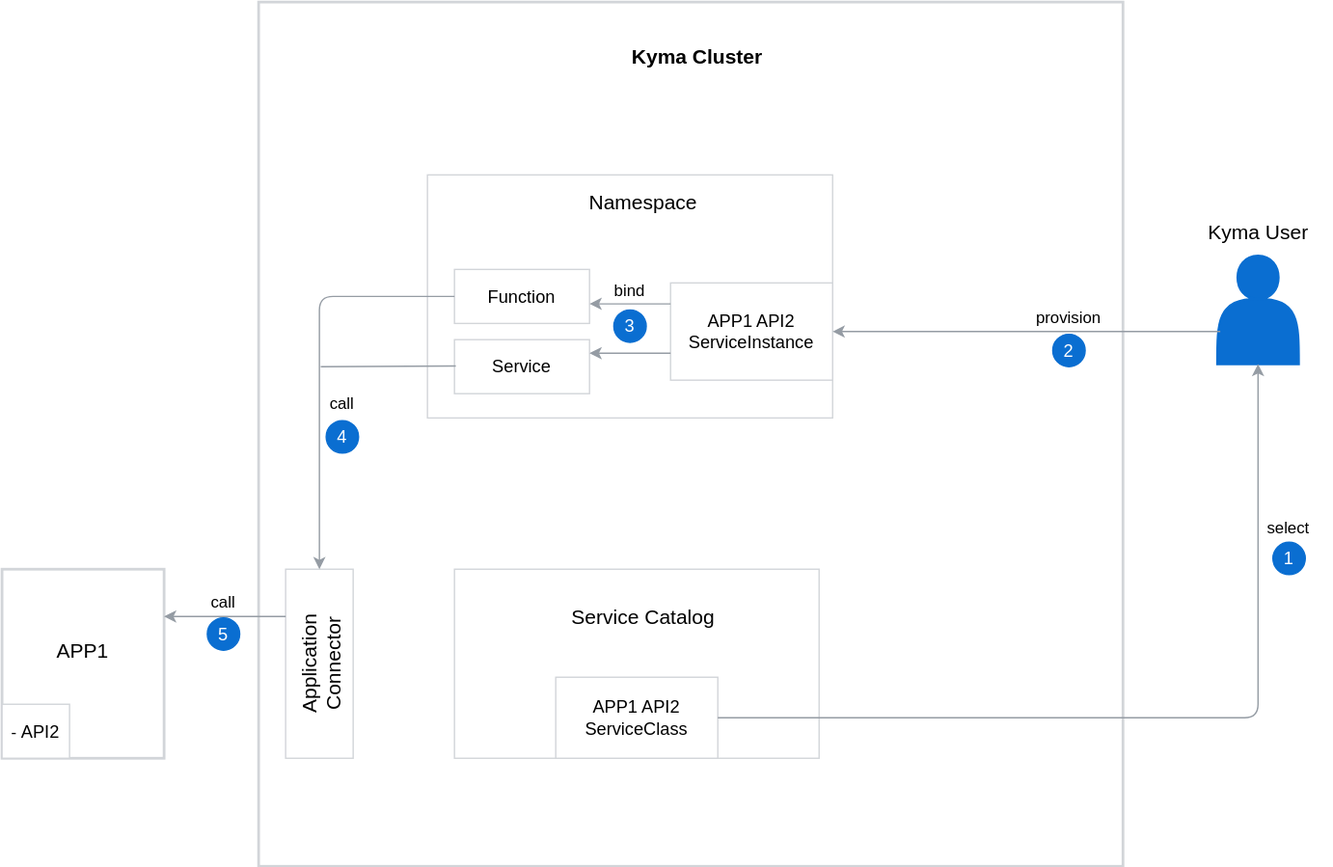
Earlier version of the draw.io export docs/05-technical-reference/03-architecture/assets/ac-AB-API-service-class.svg (kyma-project/kyma). Source tidied: cells renumbered, new cells last; positions are measured from the earlier drawing's top-left corner, leaving out a move shared by most shapes.
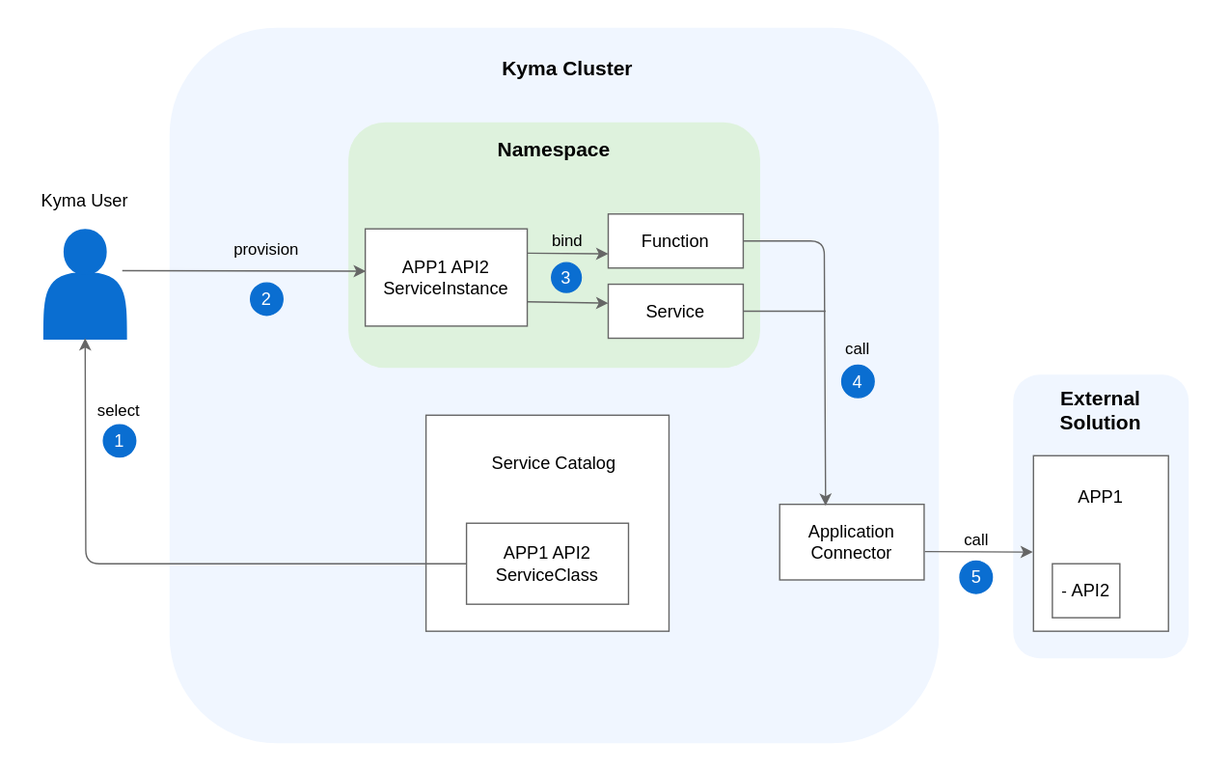
The same file after the commit.

The edit, as a diff of the source:
```diff
@@ -2,125 +2,133 @@
   <root>
     <mxCell id="0" />
     <mxCell id="1" parent="0" />
-    <mxCell id="2" style="whiteSpace=wrap;html=1;strokeColor=#D2D5D9;strokeWidth=2;fillColor=#ffffff;" parent="1" vertex="1">
-      <mxGeometry x="190" width="640" height="640" as="geometry" />
-    </mxCell>
+    <mxCell id="36" style="rounded=0;whiteSpace=wrap;html=1;labelBackgroundColor=none;fontSize=13;strokeWidth=1;fillColor=#ffffff;gradientColor=none;align=right;strokeColor=none;" parent="1" vertex="1">
+      <mxGeometry x="-80" y="-80" width="910" height="570" as="geometry" />
+    </mxCell>
+    <mxCell id="37" style="rounded=1;whiteSpace=wrap;html=1;strokeColor=none;fillColor=#F0F6FF;" parent="1" vertex="1">
+      <mxGeometry x="670" y="197" width="130" height="210" as="geometry" />
+    </mxCell>
+    <mxCell id="38" style="rounded=1;whiteSpace=wrap;html=1;strokeColor=none;fillColor=#F0F6FF;" parent="1" vertex="1">
+      <mxGeometry x="45" y="-60" width="570" height="530" as="geometry" />
+    </mxCell>
+    <mxCell id="39" style="rounded=0;whiteSpace=wrap;html=1;strokeWidth=1;fillColor=#ffffff;strokeColor=#666666;" parent="1" vertex="1">
+      <mxGeometry x="685" y="257" width="100" height="130" as="geometry" />
+    </mxCell>
+    <mxCell id="40" style="rounded=1;whiteSpace=wrap;html=1;strokeColor=none;fillColor=#DEF2DD;" parent="1" vertex="1">
+      <mxGeometry x="177.5" y="10" width="305" height="182" as="geometry" />
+    </mxCell>
-    <mxCell id="3" value="&lt;font size=&quot;1&quot;&gt;&lt;span style=&quot;font-size: 15px&quot;&gt;&lt;b&gt;Kyma Cluster&lt;/b&gt;&lt;/span&gt;&lt;/font&gt;" style="text;html=1;strokeColor=none;fillColor=none;align=center;verticalAlign=middle;whiteSpace=wrap;rounded=0;" parent="1" vertex="1">
-      <mxGeometry x="465" y="30" width="100" height="20" as="geometry" />
+    <mxCell id="3" value="&lt;font style=&quot;font-size: 15px;&quot;&gt;&lt;span style=&quot;font-size: 15px;&quot;&gt;&lt;b style=&quot;font-size: 15px;&quot;&gt;Kyma Cluster&lt;/b&gt;&lt;/span&gt;&lt;/font&gt;" style="text;html=1;strokeColor=none;fillColor=none;align=center;verticalAlign=middle;whiteSpace=wrap;rounded=0;fontSize=15;" parent="1" vertex="1">
+      <mxGeometry x="290" y="-40" width="100" height="20" as="geometry" />
     </mxCell>
-    <mxCell id="4" style="rounded=0;whiteSpace=wrap;html=1;strokeColor=#D2D5D9;strokeWidth=1;fillColor=#ffffff;" parent="1" vertex="1">
-      <mxGeometry x="335" y="420" width="270" height="140" as="geometry" />
-    </mxCell>
+    <mxCell id="41" style="rounded=0;whiteSpace=wrap;html=1;strokeWidth=1;fillColor=#ffffff;strokeColor=#666666;" parent="1" vertex="1">
+      <mxGeometry x="235" y="227" width="180" height="160" as="geometry" />
+    </mxCell>
-    <mxCell id="5" value="&lt;font style=&quot;font-size: 15px&quot;&gt;Service Catalog&lt;/font&gt;" style="text;html=1;strokeColor=none;fillColor=none;align=center;verticalAlign=middle;whiteSpace=wrap;rounded=0;" parent="1" vertex="1">
-      <mxGeometry x="420" y="445" width="110" height="20" as="geometry" />
+    <mxCell id="5" value="&lt;font style=&quot;font-size: 13px&quot;&gt;Service Catalog&lt;/font&gt;" style="text;html=1;strokeColor=none;fillColor=none;align=center;verticalAlign=middle;whiteSpace=wrap;rounded=0;" parent="1" vertex="1">
+      <mxGeometry x="275" y="252" width="110" height="20" as="geometry" />
     </mxCell>
-    <mxCell id="6" style="rounded=0;whiteSpace=wrap;html=1;strokeColor=#D2D5D9;strokeWidth=1;fillColor=#ffffff;" parent="1" vertex="1">
-      <mxGeometry x="315" y="128" width="300" height="180" as="geometry" />
-    </mxCell>
-    <mxCell id="7" value="&lt;font style=&quot;font-size: 13px&quot;&gt;Function&lt;/font&gt;" style="rounded=0;whiteSpace=wrap;html=1;strokeColor=#D2D5D9;strokeWidth=1;fillColor=#ffffff;" parent="1" vertex="1">
-      <mxGeometry x="335" y="198" width="100" height="40" as="geometry" />
+    <mxCell id="7" value="&lt;font style=&quot;font-size: 13px&quot;&gt;Function&lt;/font&gt;" style="rounded=0;whiteSpace=wrap;html=1;strokeWidth=1;fillColor=#ffffff;strokeColor=#666666;" parent="1" vertex="1">
+      <mxGeometry x="370" y="78" width="100" height="40" as="geometry" />
     </mxCell>
-    <mxCell id="8" value="&lt;font style=&quot;font-size: 13px&quot;&gt;Service&lt;/font&gt;" style="rounded=0;whiteSpace=wrap;html=1;strokeColor=#D2D5D9;strokeWidth=1;fillColor=#ffffff;" parent="1" vertex="1">
-      <mxGeometry x="335" y="250" width="100" height="40" as="geometry" />
+    <mxCell id="8" value="&lt;font style=&quot;font-size: 13px&quot;&gt;Service&lt;/font&gt;" style="rounded=0;whiteSpace=wrap;html=1;strokeWidth=1;fillColor=#ffffff;strokeColor=#666666;" parent="1" vertex="1">
+      <mxGeometry x="370" y="130" width="100" height="40" as="geometry" />
     </mxCell>
-    <mxCell id="9" value="&lt;font style=&quot;font-size: 15px&quot;&gt;Namespace&lt;br&gt;&lt;/font&gt;" style="text;html=1;strokeColor=none;fillColor=none;align=center;verticalAlign=middle;whiteSpace=wrap;rounded=0;" parent="1" vertex="1">
-      <mxGeometry x="455" y="138" width="40" height="20" as="geometry" />
+    <mxCell id="9" value="&lt;font style=&quot;font-size: 15px;&quot;&gt;&lt;b style=&quot;font-size: 15px;&quot;&gt;Namespace&lt;/b&gt;&lt;br style=&quot;font-size: 15px;&quot;&gt;&lt;/font&gt;" style="text;html=1;strokeColor=none;fillColor=none;align=center;verticalAlign=middle;whiteSpace=wrap;rounded=0;fontSize=15;" parent="1" vertex="1">
+      <mxGeometry x="310" y="20" width="40" height="20" as="geometry" />
     </mxCell>
-    <mxCell id="10" value="&lt;font style=&quot;font-size: 13px&quot;&gt;APP1 API2 &lt;br&gt;ServiceClass&lt;/font&gt;" style="rounded=0;whiteSpace=wrap;html=1;strokeColor=#D2D5D9;strokeWidth=1;fillColor=#ffffff;" parent="1" vertex="1">
-      <mxGeometry x="410" y="500" width="120" height="60" as="geometry" />
+    <mxCell id="10" value="&lt;font style=&quot;font-size: 13px&quot;&gt;APP1 API2 &lt;br&gt;ServiceClass&lt;/font&gt;" style="rounded=0;whiteSpace=wrap;html=1;strokeWidth=1;fillColor=#ffffff;strokeColor=#666666;" parent="1" vertex="1">
+      <mxGeometry x="265" y="307" width="120" height="60" as="geometry" />
     </mxCell>
-    <mxCell id="11" value="&lt;font style=&quot;font-size: 13px&quot;&gt;APP1 API2&lt;br&gt;ServiceInstance&lt;/font&gt;" style="rounded=0;whiteSpace=wrap;html=1;strokeColor=#D2D5D9;strokeWidth=1;fillColor=#ffffff;" parent="1" vertex="1">
-      <mxGeometry x="495" y="208" width="120" height="72" as="geometry" />
+    <mxCell id="11" value="&lt;font style=&quot;font-size: 13px&quot;&gt;APP1 API2&lt;br&gt;ServiceInstance&lt;/font&gt;" style="rounded=0;whiteSpace=wrap;html=1;strokeWidth=1;fillColor=#ffffff;strokeColor=#666666;" parent="1" vertex="1">
+      <mxGeometry x="190" y="89" width="120" height="72" as="geometry" />
     </mxCell>
-    <mxCell id="12" style="rounded=0;whiteSpace=wrap;html=1;strokeColor=#D2D5D9;strokeWidth=1;fillColor=#ffffff;" parent="1" vertex="1">
-      <mxGeometry x="210" y="420" width="50" height="140" as="geometry" />
-    </mxCell>
+    <mxCell id="42" style="rounded=0;whiteSpace=wrap;html=1;strokeWidth=1;fillColor=#ffffff;rotation=90;strokeColor=#666666;" parent="1" vertex="1">
+      <mxGeometry x="522.5" y="267.5" width="56" height="107" as="geometry" />
+    </mxCell>
-    <mxCell id="13" value="&lt;font style=&quot;font-size: 15px&quot;&gt;Application Connector&lt;/font&gt;" style="text;html=1;strokeColor=none;fillColor=none;align=center;verticalAlign=middle;whiteSpace=wrap;rounded=0;rotation=-90;" parent="1" vertex="1">
-      <mxGeometry x="195" y="480" width="82" height="20" as="geometry" />
+    <mxCell id="13" value="&lt;font style=&quot;font-size: 13px&quot;&gt;Application Connector&lt;/font&gt;" style="text;html=1;strokeColor=none;fillColor=none;align=center;verticalAlign=middle;whiteSpace=wrap;rounded=0;rotation=0;" parent="1" vertex="1">
+      <mxGeometry x="517.2" y="311" width="66.5" height="20" as="geometry" />
     </mxCell>
-    <mxCell id="14" style="rounded=0;whiteSpace=wrap;html=1;strokeColor=#D2D5D9;strokeWidth=2;fillColor=#ffffff;" parent="1" vertex="1">
-      <mxGeometry y="420" width="120" height="140" as="geometry" />
-    </mxCell>
-    <mxCell id="15" value="- &lt;font style=&quot;font-size: 13px&quot;&gt;API2&lt;/font&gt;" style="rounded=0;whiteSpace=wrap;html=1;strokeColor=#D2D5D9;strokeWidth=1;fillColor=#ffffff;" parent="1" vertex="1">
-      <mxGeometry y="520" width="50" height="40" as="geometry" />
+    <mxCell id="15" value="- &lt;font style=&quot;font-size: 13px&quot;&gt;API2&lt;/font&gt;" style="rounded=0;whiteSpace=wrap;html=1;strokeWidth=1;fillColor=#ffffff;strokeColor=#666666;" parent="1" vertex="1">
+      <mxGeometry x="699" y="337" width="50" height="40" as="geometry" />
     </mxCell>
-    <mxCell id="16" value="&lt;font style=&quot;font-size: 15px&quot;&gt;APP1&lt;/font&gt;" style="text;html=1;strokeColor=none;fillColor=none;align=center;verticalAlign=middle;whiteSpace=wrap;rounded=0;" parent="1" vertex="1">
-      <mxGeometry x="40" y="470" width="40" height="20" as="geometry" />
+    <mxCell id="16" value="&lt;font style=&quot;font-size: 13px&quot;&gt;APP1&lt;/font&gt;" style="text;html=1;strokeColor=none;fillColor=none;align=center;verticalAlign=middle;whiteSpace=wrap;rounded=0;" parent="1" vertex="1">
+      <mxGeometry x="715" y="277" width="40" height="20" as="geometry" />
     </mxCell>
-    <mxCell id="17" style="endArrow=classic;html=1;strokeColor=#959CA4;exitX=0;exitY=0.5;entryX=0.5;entryY=0;" parent="1" edge="1" source="7" target="12">
-      <mxGeometry relative="1" as="geometry">
-        <Array as="points">
-          <mxPoint x="235" y="218" />
-        </Array>
-      </mxGeometry>
-    </mxCell>
-    <mxCell id="18" style="endArrow=classic;html=1;strokeColor=#959CA4;entryX=1;entryY=0.25;exitX=0;exitY=0.25;" parent="1" edge="1" source="12" target="14">
-      <mxGeometry relative="1" as="geometry" />
-    </mxCell>
-    <mxCell id="19" style="shape=actor;whiteSpace=wrap;html=1;strokeColor=#0A6ED1;strokeWidth=2;fillColor=#0A6ED1;" parent="1" vertex="1">
-      <mxGeometry x="900" y="188" width="60" height="80" as="geometry" />
-    </mxCell>
-    <mxCell id="20" style="endArrow=classic;html=1;strokeColor=#959CA4;entryX=1;entryY=0.5;" parent="1" edge="1" target="11">
-      <mxGeometry relative="1" as="geometry">
-        <mxPoint x="902" y="244" as="sourcePoint" />
-      </mxGeometry>
-    </mxCell>
+    <mxCell id="43" style="endArrow=classic;html=1;entryX=0.018;entryY=0.682;entryDx=0;entryDy=0;entryPerimeter=0;strokeColor=#666666;exitX=1;exitY=0.5;exitDx=0;exitDy=0;" parent="1" edge="1" source="7" target="42">
+      <mxGeometry relative="1" as="geometry">
+        <Array as="points">
+          <mxPoint x="530" y="98" />
+        </Array>
+      </mxGeometry>
+    </mxCell>
+    <mxCell id="44" style="endArrow=classic;html=1;entryX=-0.005;entryY=0.549;entryDx=0;entryDy=0;strokeColor=#666666;exitX=0.625;exitY=-0.005;exitDx=0;exitDy=0;exitPerimeter=0;entryPerimeter=0;" parent="1" edge="1" source="42" target="39">
+      <mxGeometry relative="1" as="geometry" />
+    </mxCell>
+    <mxCell id="45" style="shape=actor;whiteSpace=wrap;html=1;strokeColor=#0A6ED1;strokeWidth=2;fillColor=#0A6ED1;" parent="1" vertex="1">
+      <mxGeometry x="-47.5" y="90" width="60" height="80" as="geometry" />
+    </mxCell>
+    <mxCell id="46" style="endArrow=classic;html=1;entryX=0.003;entryY=0.435;strokeColor=#666666;entryDx=0;entryDy=0;entryPerimeter=0;" parent="1" edge="1" target="11">
+      <mxGeometry relative="1" as="geometry">
+        <mxPoint x="10" y="120" as="sourcePoint" />
+      </mxGeometry>
+    </mxCell>
-    <mxCell id="21" value="&lt;font style=&quot;font-size: 15px&quot;&gt;Kyma User&lt;/font&gt;" style="text;html=1;strokeColor=none;fillColor=none;align=center;verticalAlign=middle;whiteSpace=wrap;rounded=0;" parent="1" vertex="1">
-      <mxGeometry x="887.5" y="160" width="85" height="20" as="geometry" />
+    <mxCell id="21" value="&lt;font style=&quot;font-size: 13px;&quot;&gt;Kyma User&lt;/font&gt;" style="text;html=1;strokeColor=none;fillColor=none;align=center;verticalAlign=middle;whiteSpace=wrap;rounded=0;fontSize=13;" parent="1" vertex="1">
+      <mxGeometry x="-60" y="58" width="85" height="20" as="geometry" />
     </mxCell>
     <mxCell id="22" value="bind" style="text;html=1;strokeColor=none;fillColor=none;align=center;verticalAlign=middle;whiteSpace=wrap;rounded=0;" parent="1" vertex="1">
-      <mxGeometry x="445" y="204" width="40" height="20" as="geometry" />
+      <mxGeometry x="320" y="88" width="40" height="20" as="geometry" />
     </mxCell>
     <mxCell id="23" value="provision" style="text;html=1;strokeColor=none;fillColor=none;align=center;verticalAlign=middle;whiteSpace=wrap;rounded=0;" parent="1" vertex="1">
-      <mxGeometry x="770" y="224" width="40" height="20" as="geometry" />
+      <mxGeometry x="97" y="95" width="40" height="20" as="geometry" />
     </mxCell>
     <mxCell id="24" value="&lt;div style=&quot;text-align: center&quot;&gt;&lt;span style=&quot;color: rgb(255 , 255 , 255)&quot;&gt;&lt;font style=&quot;font-size: 13px&quot;&gt;1&lt;/font&gt;&lt;/span&gt;&lt;/div&gt;" style="ellipse;whiteSpace=wrap;html=1;strokeColor=#0A6ED1;strokeWidth=1;fillColor=#0A6ED1;" parent="1" vertex="1">
-      <mxGeometry x="941" y="400" width="24" height="24" as="geometry" />
+      <mxGeometry x="-4" y="234" width="24" height="24" as="geometry" />
     </mxCell>
     <mxCell id="25" value="&lt;div style=&quot;text-align: center&quot;&gt;&lt;span style=&quot;color: rgb(255 , 255 , 255)&quot;&gt;&lt;font style=&quot;font-size: 13px&quot;&gt;2&lt;/font&gt;&lt;/span&gt;&lt;/div&gt;" style="ellipse;whiteSpace=wrap;html=1;strokeColor=#0A6ED1;strokeWidth=1;fillColor=#0A6ED1;" parent="1" vertex="1">
-      <mxGeometry x="778" y="246" width="24" height="24" as="geometry" />
+      <mxGeometry x="105" y="129" width="24" height="24" as="geometry" />
     </mxCell>
     <mxCell id="26" value="&lt;div style=&quot;text-align: center&quot;&gt;&lt;span style=&quot;color: rgb(255 , 255 , 255)&quot;&gt;&lt;font style=&quot;font-size: 13px&quot;&gt;3&lt;/font&gt;&lt;/span&gt;&lt;/div&gt;" style="ellipse;whiteSpace=wrap;html=1;strokeColor=#0A6ED1;strokeWidth=1;fillColor=#0A6ED1;direction=south;" parent="1" vertex="1">
-      <mxGeometry x="453" y="228" width="24" height="24" as="geometry" />
+      <mxGeometry x="328" y="114" width="22" height="22" as="geometry" />
     </mxCell>
     <mxCell id="27" value="&lt;div style=&quot;text-align: center&quot;&gt;&lt;span style=&quot;color: rgb(255 , 255 , 255)&quot;&gt;&lt;font style=&quot;font-size: 13px&quot;&gt;4&lt;/font&gt;&lt;/span&gt;&lt;/div&gt;" style="ellipse;whiteSpace=wrap;html=1;strokeColor=#0A6ED1;strokeWidth=1;fillColor=#0A6ED1;direction=south;" parent="1" vertex="1">
-      <mxGeometry x="240" y="310" width="24" height="24" as="geometry" />
+      <mxGeometry x="543" y="190" width="24" height="24" as="geometry" />
     </mxCell>
-    <mxCell id="28" value="call" style="text;html=1;strokeColor=none;fillColor=none;align=center;verticalAlign=middle;whiteSpace=wrap;rounded=0;" parent="1" vertex="1">
-      <mxGeometry x="144" y="435" width="40" height="20" as="geometry" />
-    </mxCell>
-    <mxCell id="29" value="call" style="text;html=1;strokeColor=none;fillColor=none;align=center;verticalAlign=middle;whiteSpace=wrap;rounded=0;" parent="1" vertex="1">
-      <mxGeometry x="232" y="288" width="40" height="20" as="geometry" />
-    </mxCell>
+    <mxCell id="47" value="call" style="text;html=1;strokeColor=none;fillColor=none;align=center;verticalAlign=middle;whiteSpace=wrap;rounded=0;" parent="1" vertex="1">
+      <mxGeometry x="622.5" y="310" width="40" height="20" as="geometry" />
+    </mxCell>
+    <mxCell id="48" value="call" style="text;html=1;strokeColor=none;fillColor=none;align=center;verticalAlign=middle;whiteSpace=wrap;rounded=0;" parent="1" vertex="1">
+      <mxGeometry x="535" y="168" width="40" height="20" as="geometry" />
+    </mxCell>
     <mxCell id="30" value="&lt;div style=&quot;text-align: center&quot;&gt;&lt;span style=&quot;color: rgb(255 , 255 , 255)&quot;&gt;&lt;font style=&quot;font-size: 13px&quot;&gt;5&lt;/font&gt;&lt;/span&gt;&lt;/div&gt;" style="ellipse;whiteSpace=wrap;html=1;strokeColor=#0A6ED1;strokeWidth=1;fillColor=#0A6ED1;" parent="1" vertex="1">
-      <mxGeometry x="152" y="456" width="24" height="24" as="geometry" />
+      <mxGeometry x="630.5" y="335" width="24" height="24" as="geometry" />
     </mxCell>
     <mxCell id="31" value="select" style="text;html=1;align=left;verticalAlign=top;spacingTop=-4;" parent="1" vertex="1">
-      <mxGeometry x="935" y="380" width="50" height="20" as="geometry" />
+      <mxGeometry x="-10" y="214" width="50" height="20" as="geometry" />
     </mxCell>
-    <mxCell id="32" style="endArrow=classic;html=1;strokeColor=#959CA4;exitX=1;exitY=0.5;entryX=0.5;entryY=1;" parent="1" edge="1" source="10" target="19">
-      <mxGeometry relative="1" as="geometry">
-        <Array as="points">
-          <mxPoint x="930" y="530" />
-        </Array>
-      </mxGeometry>
-    </mxCell>
-    <mxCell id="33" style="endArrow=classic;html=1;strokeColor=#959CA4;" parent="1" edge="1">
-      <mxGeometry relative="1" as="geometry">
-        <mxPoint x="495" y="223.5" as="sourcePoint" />
-        <mxPoint x="435" y="223.5" as="targetPoint" />
-      </mxGeometry>
-    </mxCell>
-    <mxCell id="34" style="endArrow=classic;html=1;strokeColor=#959CA4;entryX=1;entryY=0.25;" parent="1" edge="1" target="8">
-      <mxGeometry relative="1" as="geometry">
-        <mxPoint x="495" y="260" as="sourcePoint" />
-      </mxGeometry>
-    </mxCell>
-    <mxCell id="35" style="endArrow=none;html=1;strokeColor=#959CA4;" parent="1" edge="1">
-      <mxGeometry relative="1" as="geometry">
-        <mxPoint x="236" y="270" as="sourcePoint" />
-        <mxPoint x="336" y="269.5" as="targetPoint" />
-      </mxGeometry>
-    </mxCell>
+    <mxCell id="49" style="endArrow=classic;html=1;strokeColor=#666666;exitX=0;exitY=0.5;exitDx=0;exitDy=0;entryX=0.5;entryY=1;entryDx=0;entryDy=0;" parent="1" edge="1" source="10" target="45">
+      <mxGeometry relative="1" as="geometry">
+        <Array as="points">
+          <mxPoint x="140" y="337" />
+          <mxPoint x="-17" y="337" />
+        </Array>
+      </mxGeometry>
+    </mxCell>
+    <mxCell id="50" style="endArrow=classic;html=1;strokeColor=#666666;exitX=1;exitY=0.25;exitDx=0;exitDy=0;" parent="1" edge="1" source="11">
+      <mxGeometry relative="1" as="geometry">
+        <mxPoint x="370" y="107.5" as="targetPoint" />
+      </mxGeometry>
+    </mxCell>
+    <mxCell id="51" style="endArrow=classic;html=1;entryX=1;entryY=0.25;strokeColor=#666666;exitX=1;exitY=0.75;exitDx=0;exitDy=0;" parent="1" edge="1" source="11">
+      <mxGeometry relative="1" as="geometry">
+        <mxPoint x="370" y="144" as="targetPoint" />
+      </mxGeometry>
+    </mxCell>
+    <mxCell id="52" style="endArrow=none;html=1;strokeColor=#666666;entryX=1;entryY=0.5;entryDx=0;entryDy=0;" parent="1" edge="1" target="8">
+      <mxGeometry relative="1" as="geometry">
+        <mxPoint x="531" y="150" as="sourcePoint" />
+      </mxGeometry>
+    </mxCell>
+    <mxCell id="53" value="&lt;font style=&quot;font-size: 15px;&quot;&gt;&lt;span style=&quot;font-size: 15px;&quot;&gt;&lt;b style=&quot;font-size: 15px;&quot;&gt;External Solution&lt;/b&gt;&lt;/span&gt;&lt;/font&gt;" style="text;html=1;strokeColor=none;fillColor=none;align=center;verticalAlign=middle;whiteSpace=wrap;rounded=0;fontSize=15;" parent="1" vertex="1">
+      <mxGeometry x="685" y="213" width="100" height="20" as="geometry" />
+    </mxCell>
   </root>
 </mxGraphModel>
```
